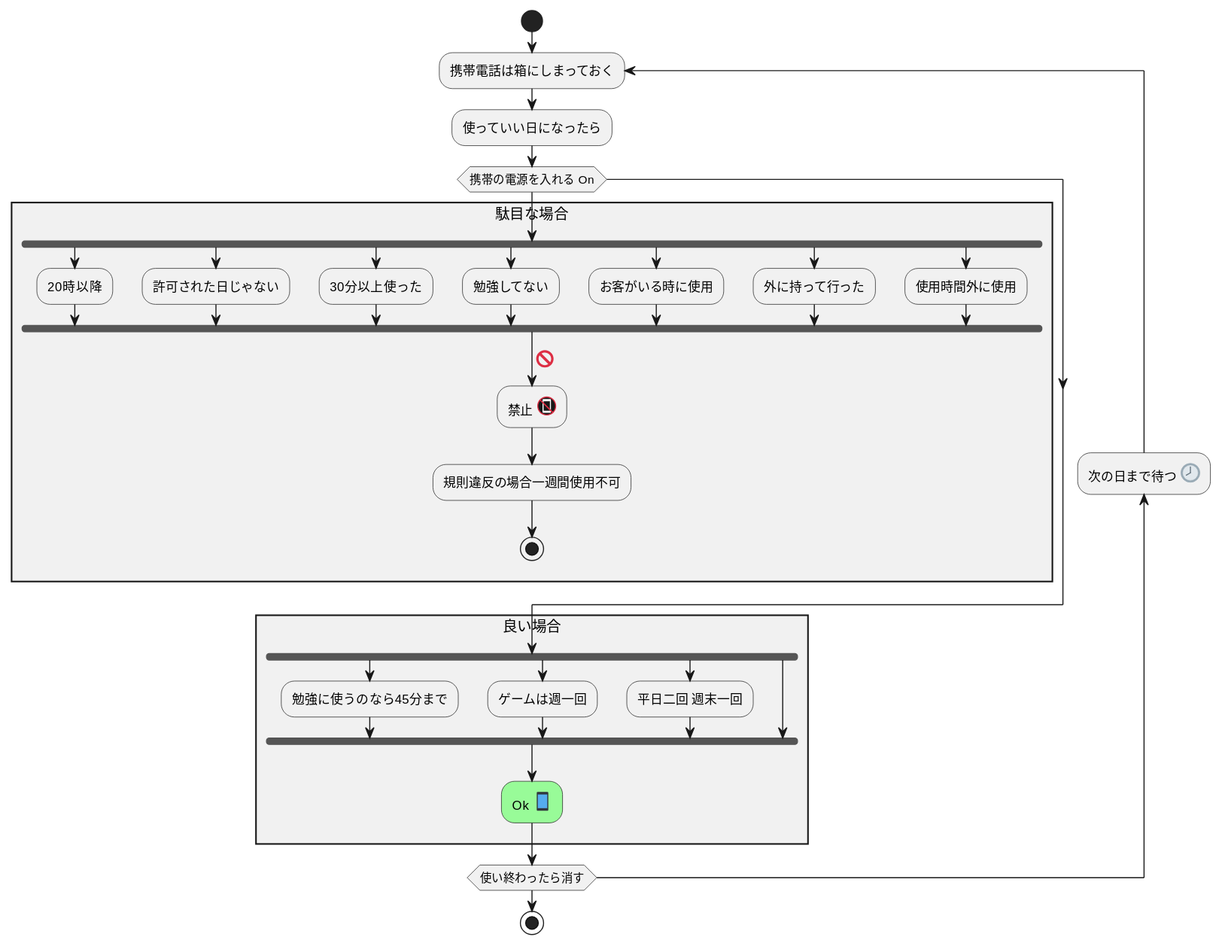
Above: diagram-jp.svg in atcheri/smartphone-usage-activity-diagram (PlantUML), before the change.
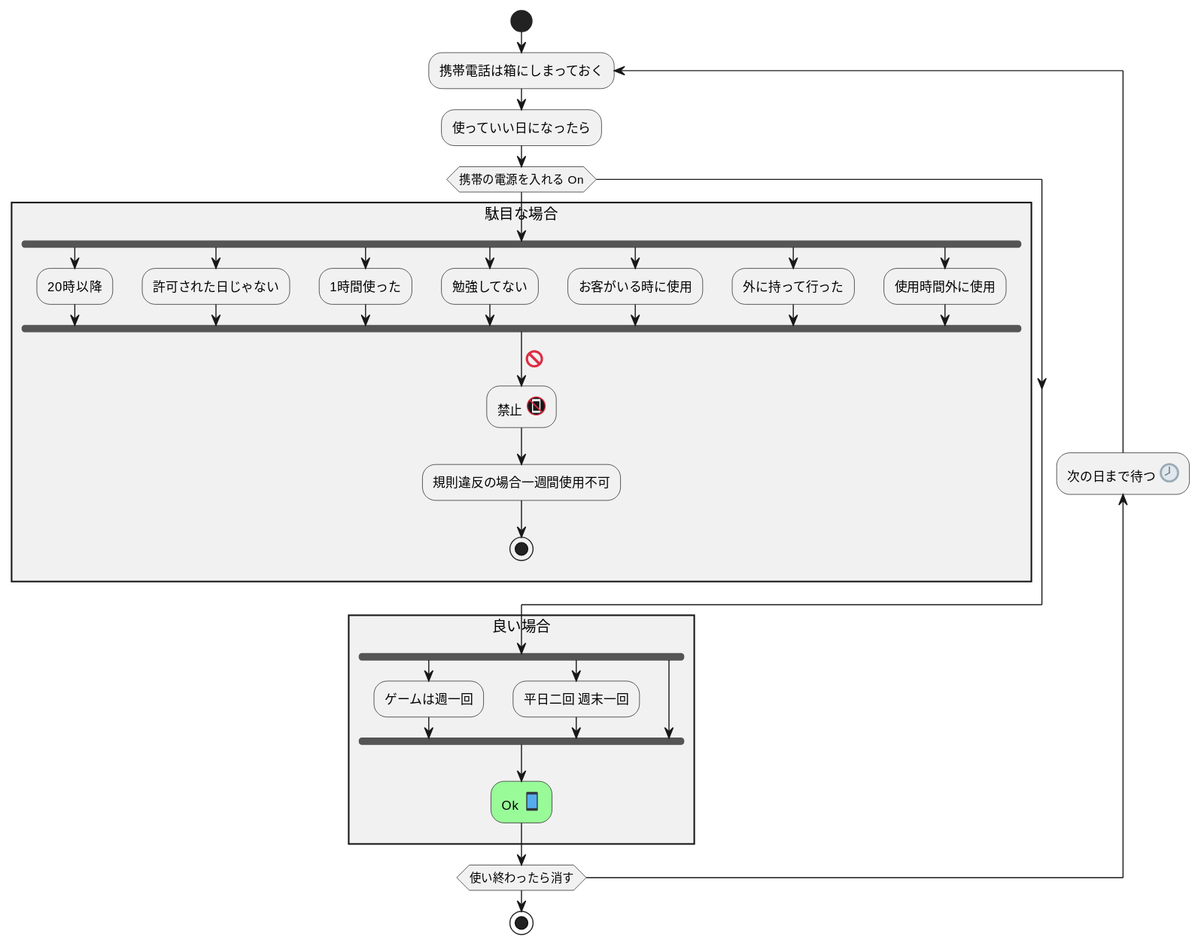
Later version of the same file.

Change to the diagram source:
```diff
@@ -14,7 +14,7 @@
     fork again
       :許可された日じゃない;
     fork again
-      :30分以上使った;
+      :1時間使った;
     fork again
       :勉強してない;
     fork again
@@ -33,8 +33,6 @@
 backward:次の日まで待つ <:1f557:>;
 rectangle 良い場合 {
   fork
-    :勉強に使うのなら45分まで;
-  fork again
     :ゲームは週一回;
   fork again
     :平日二回 週末一回;
```
